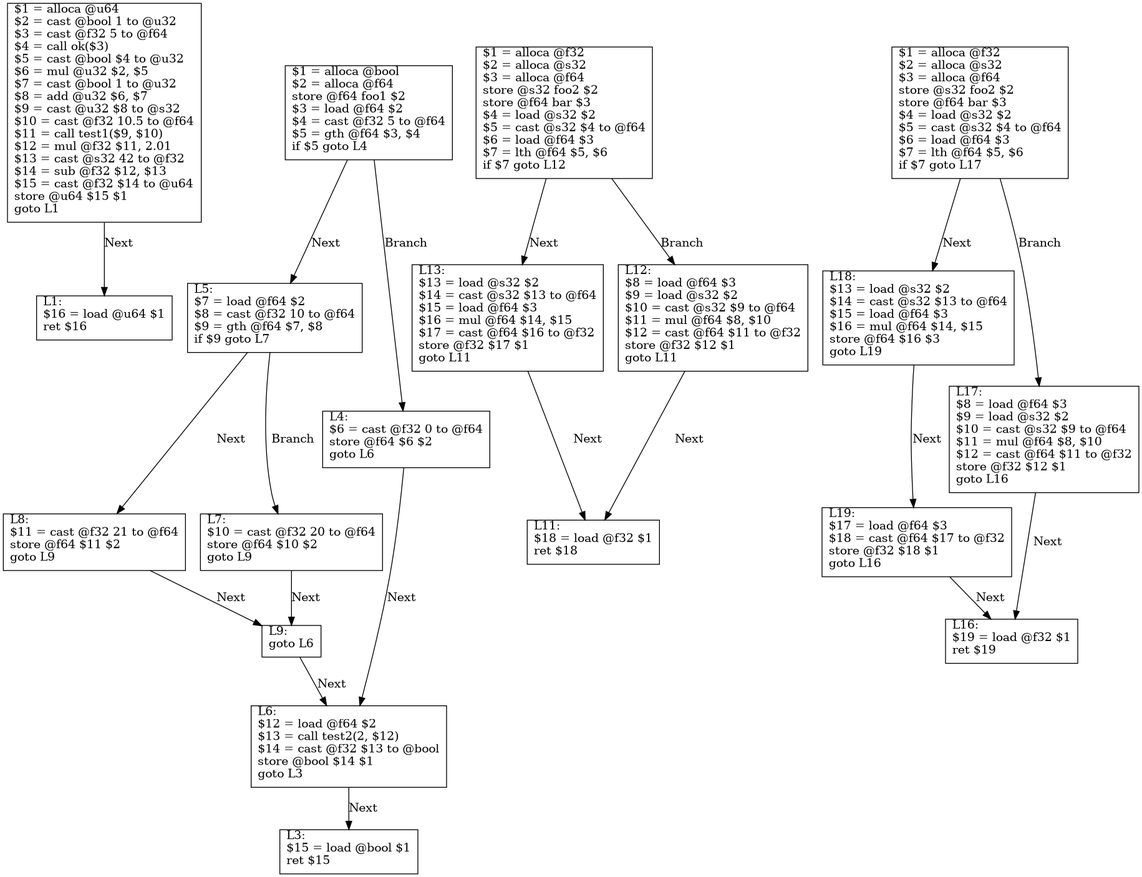
Excse/arkoi_language keeps this Graphviz diagram as example/test_org.png. Above is the earlier version. Its source is kept beside it as example/test_org.dot.
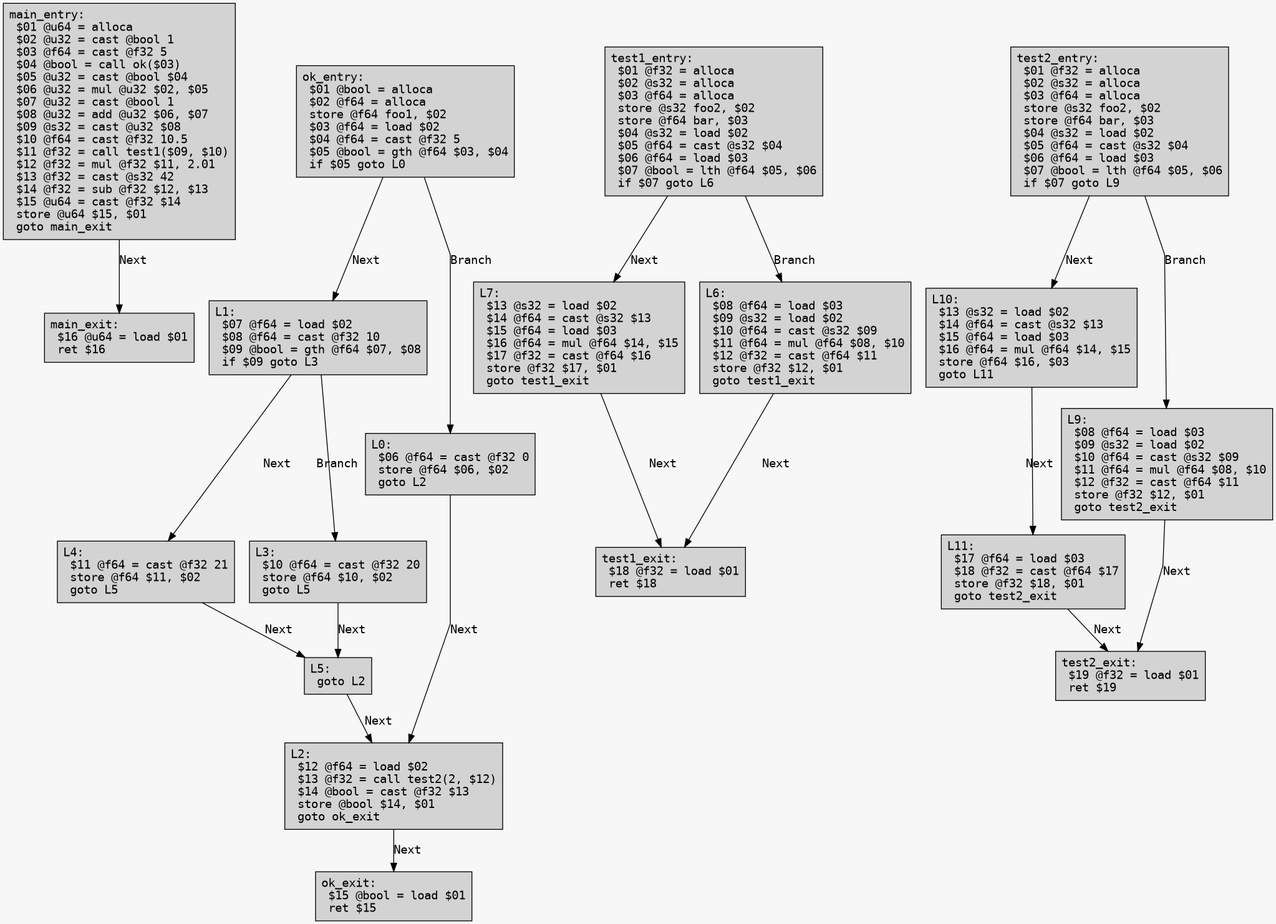
After the change.

Change to the diagram source:
```diff
@@ -1,41 +1,46 @@
 digraph CFG {
-	node [shape=box, labelloc="t", labeljust="l"]
-	L0 [label="$1 = alloca @u64\l$2 = cast @bool 1 to @u32\l$3 = cast @f32 5 to @f64\l$4 = call ok($3)\l$5 = cast @bool $4 to @u32\l$6 = mul @u32 $2, $5\l$7 = cast @bool 1 to @u32\l$8 = add @u32 $6, $7\l$9 = cast @u32 $8 to @s32\l$10 = cast @f32 10.5 to @f64\l$11 = call test1($9, $10)\l$12 = mul @f32 $11, 2.01\l$13 = cast @s32 42 to @f32\l$14 = sub @f32 $12, $13\l$15 = cast @f32 $14 to @u64\lstore @u64 $15 $1\lgoto L1\l"]
-	L0 -> L1 [label="Next"]
-	L1 [label="L1:\l$16 = load @u64 $1\lret $16\l"]
-	L2 [label="$1 = alloca @bool\l$2 = alloca @f64\lstore @f64 foo1 $2\l$3 = load @f64 $2\l$4 = cast @f32 5 to @f64\l$5 = gth @f64 $3, $4\lif $5 goto L4\l"]
-	L2 -> L5 [label="Next"]
-	L2 -> L4 [label="Branch"]
-	L5 [label="L5:\l$7 = load @f64 $2\l$8 = cast @f32 10 to @f64\l$9 = gth @f64 $7, $8\lif $9 goto L7\l"]
-	L5 -> L8 [label="Next"]
-	L5 -> L7 [label="Branch"]
-	L8 [label="L8:\l$11 = cast @f32 21 to @f64\lstore @f64 $11 $2\lgoto L9\l"]
-	L8 -> L9 [label="Next"]
-	L9 [label="L9:\lgoto L6\l"]
-	L9 -> L6 [label="Next"]
-	L6 [label="L6:\l$12 = load @f64 $2\l$13 = call test2(2, $12)\l$14 = cast @f32 $13 to @bool\lstore @bool $14 $1\lgoto L3\l"]
-	L6 -> L3 [label="Next"]
-	L7 [label="L7:\l$10 = cast @f32 20 to @f64\lstore @f64 $10 $2\lgoto L9\l"]
-	L7 -> L9 [label="Next"]
-	L4 [label="L4:\l$6 = cast @f32 0 to @f64\lstore @f64 $6 $2\lgoto L6\l"]
-	L4 -> L6 [label="Next"]
-	L3 [label="L3:\l$15 = load @bool $1\lret $15\l"]
-	L10 [label="$1 = alloca @f32\l$2 = alloca @s32\l$3 = alloca @f64\lstore @s32 foo2 $2\lstore @f64 bar $3\l$4 = load @s32 $2\l$5 = cast @s32 $4 to @f64\l$6 = load @f64 $3\l$7 = lth @f64 $5, $6\lif $7 goto L12\l"]
-	L10 -> L13 [label="Next"]
-	L10 -> L12 [label="Branch"]
-	L13 [label="L13:\l$13 = load @s32 $2\l$14 = cast @s32 $13 to @f64\l$15 = load @f64 $3\l$16 = mul @f64 $14, $15\l$17 = cast @f64 $16 to @f32\lstore @f32 $17 $1\lgoto L11\l"]
-	L13 -> L11 [label="Next"]
-	L12 [label="L12:\l$8 = load @f64 $3\l$9 = load @s32 $2\l$10 = cast @s32 $9 to @f64\l$11 = mul @f64 $8, $10\l$12 = cast @f64 $11 to @f32\lstore @f32 $12 $1\lgoto L11\l"]
-	L12 -> L11 [label="Next"]
-	L11 [label="L11:\l$18 = load @f32 $1\lret $18\l"]
-	L15 [label="$1 = alloca @f32\l$2 = alloca @s32\l$3 = alloca @f64\lstore @s32 foo2 $2\lstore @f64 bar $3\l$4 = load @s32 $2\l$5 = cast @s32 $4 to @f64\l$6 = load @f64 $3\l$7 = lth @f64 $5, $6\lif $7 goto L17\l"]
-	L15 -> L18 [label="Next"]
-	L15 -> L17 [label="Branch"]
-	L18 [label="L18:\l$13 = load @s32 $2\l$14 = cast @s32 $13 to @f64\l$15 = load @f64 $3\l$16 = mul @f64 $14, $15\lstore @f64 $16 $3\lgoto L19\l"]
-	L18 -> L19 [label="Next"]
-	L19 [label="L19:\l$17 = load @f64 $3\l$18 = cast @f64 $17 to @f32\lstore @f32 $18 $1\lgoto L16\l"]
-	L19 -> L16 [label="Next"]
-	L17 [label="L17:\l$8 = load @f64 $3\l$9 = load @s32 $2\l$10 = cast @s32 $9 to @f64\l$11 = mul @f64 $8, $10\l$12 = cast @f64 $11 to @f32\lstore @f32 $12 $1\lgoto L16\l"]
-	L17 -> L16 [label="Next"]
-	L16 [label="L16:\l$19 = load @f32 $1\lret $19\l"]
+	graph [fontname = "Monospace"];
+	node  [fontname = "Monospace", shape=box, style=filled, margin=0.1];
+	edge  [fontname = "Monospace"];
+	bgcolor = "#f7f7f7";
+	splines = false;
+
+	main_entry [label="main_entry:\l $01 @u64 = alloca\l $02 @u32 = cast @bool 1\l $03 @f64 = cast @f32 5\l $04 @bool = call ok($03)\l $05 @u32 = cast @bool $04\l $06 @u32 = mul @u32 $02, $05\l $07 @u32 = cast @bool 1\l $08 @u32 = add @u32 $06, $07\l $09 @s32 = cast @u32 $08\l $10 @f64 = cast @f32 10.5\l $11 @f32 = call test1($09, $10)\l $12 @f32 = mul @f32 $11, 2.01\l $13 @f32 = cast @s32 42\l $14 @f32 = sub @f32 $12, $13\l $15 @u64 = cast @f32 $14\l store @u64 $15, $01\l goto main_exit\l"];
+	main_entry -> main_exit [label="Next"];
+	main_exit [label="main_exit:\l $16 @u64 = load $01\l ret $16\l"];
+	ok_entry [label="ok_entry:\l $01 @bool = alloca\l $02 @f64 = alloca\l store @f64 foo1, $02\l $03 @f64 = load $02\l $04 @f64 = cast @f32 5\l $05 @bool = gth @f64 $03, $04\l if $05 goto L0\l"];
+	ok_entry -> L1 [label="Next"];
+	ok_entry -> L0 [label="Branch"];
+	L1 [label="L1:\l $07 @f64 = load $02\l $08 @f64 = cast @f32 10\l $09 @bool = gth @f64 $07, $08\l if $09 goto L3\l"];
+	L1 -> L4 [label="Next"];
+	L1 -> L3 [label="Branch"];
+	L4 [label="L4:\l $11 @f64 = cast @f32 21\l store @f64 $11, $02\l goto L5\l"];
+	L4 -> L5 [label="Next"];
+	L5 [label="L5:\l goto L2\l"];
+	L5 -> L2 [label="Next"];
+	L2 [label="L2:\l $12 @f64 = load $02\l $13 @f32 = call test2(2, $12)\l $14 @bool = cast @f32 $13\l store @bool $14, $01\l goto ok_exit\l"];
+	L2 -> ok_exit [label="Next"];
+	L3 [label="L3:\l $10 @f64 = cast @f32 20\l store @f64 $10, $02\l goto L5\l"];
+	L3 -> L5 [label="Next"];
+	L0 [label="L0:\l $06 @f64 = cast @f32 0\l store @f64 $06, $02\l goto L2\l"];
+	L0 -> L2 [label="Next"];
+	ok_exit [label="ok_exit:\l $15 @bool = load $01\l ret $15\l"];
+	test1_entry [label="test1_entry:\l $01 @f32 = alloca\l $02 @s32 = alloca\l $03 @f64 = alloca\l store @s32 foo2, $02\l store @f64 bar, $03\l $04 @s32 = load $02\l $05 @f64 = cast @s32 $04\l $06 @f64 = load $03\l $07 @bool = lth @f64 $05, $06\l if $07 goto L6\l"];
+	test1_entry -> L7 [label="Next"];
+	test1_entry -> L6 [label="Branch"];
+	L7 [label="L7:\l $13 @s32 = load $02\l $14 @f64 = cast @s32 $13\l $15 @f64 = load $03\l $16 @f64 = mul @f64 $14, $15\l $17 @f32 = cast @f64 $16\l store @f32 $17, $01\l goto test1_exit\l"];
+	L7 -> test1_exit [label="Next"];
+	L6 [label="L6:\l $08 @f64 = load $03\l $09 @s32 = load $02\l $10 @f64 = cast @s32 $09\l $11 @f64 = mul @f64 $08, $10\l $12 @f32 = cast @f64 $11\l store @f32 $12, $01\l goto test1_exit\l"];
+	L6 -> test1_exit [label="Next"];
+	test1_exit [label="test1_exit:\l $18 @f32 = load $01\l ret $18\l"];
+	test2_entry [label="test2_entry:\l $01 @f32 = alloca\l $02 @s32 = alloca\l $03 @f64 = alloca\l store @s32 foo2, $02\l store @f64 bar, $03\l $04 @s32 = load $02\l $05 @f64 = cast @s32 $04\l $06 @f64 = load $03\l $07 @bool = lth @f64 $05, $06\l if $07 goto L9\l"];
+	test2_entry -> L10 [label="Next"];
+	test2_entry -> L9 [label="Branch"];
+	L10 [label="L10:\l $13 @s32 = load $02\l $14 @f64 = cast @s32 $13\l $15 @f64 = load $03\l $16 @f64 = mul @f64 $14, $15\l store @f64 $16, $03\l goto L11\l"];
+	L10 -> L11 [label="Next"];
+	L11 [label="L11:\l $17 @f64 = load $03\l $18 @f32 = cast @f64 $17\l store @f32 $18, $01\l goto test2_exit\l"];
+	L11 -> test2_exit [label="Next"];
+	L9 [label="L9:\l $08 @f64 = load $03\l $09 @s32 = load $02\l $10 @f64 = cast @s32 $09\l $11 @f64 = mul @f64 $08, $10\l $12 @f32 = cast @f64 $11\l store @f32 $12, $01\l goto test2_exit\l"];
+	L9 -> test2_exit [label="Next"];
+	test2_exit [label="test2_exit:\l $19 @f32 = load $01\l ret $19\l"];
 }
```
